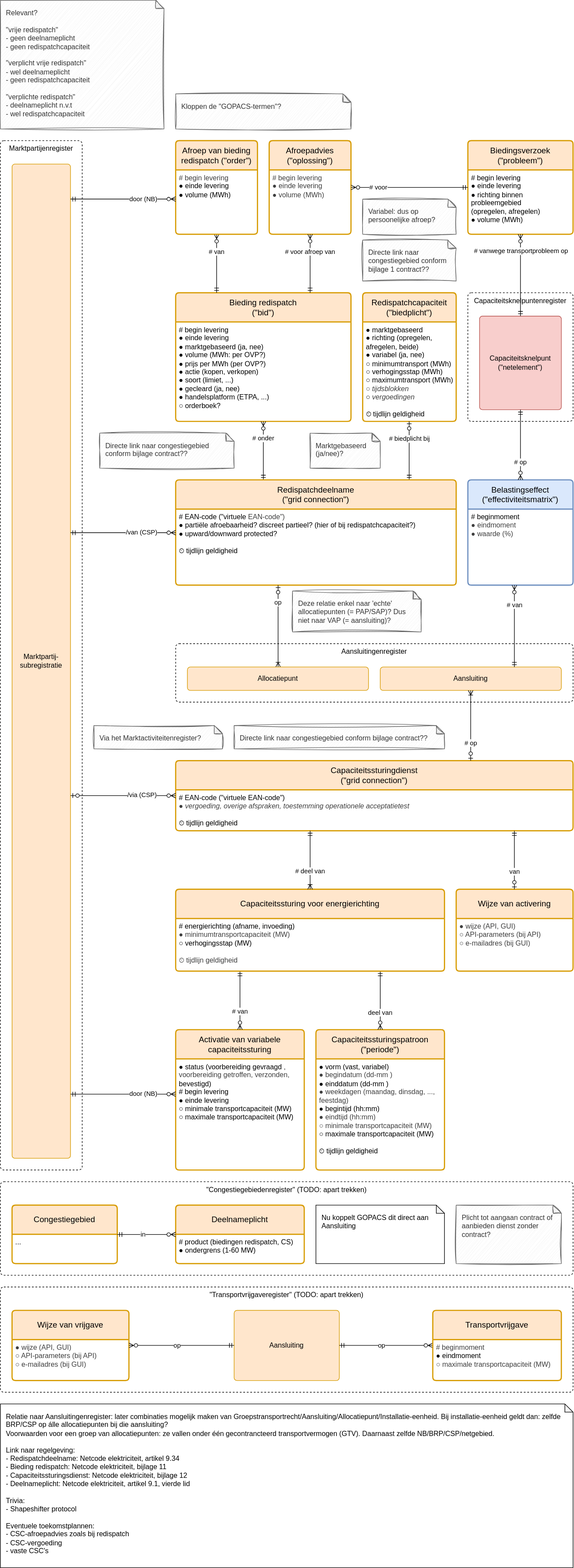
This is registers/congestiebeheersdienstenregister/1.0/congestiebeheersdienstenregister.drawio.svg from Netbeheer-Nederland/stelsel, a draw.io export, as it was before one commit. Source tidied: cells renumbered, new cells last; positions are measured from the earlier drawing's top-left corner, leaving out a move shared by most shapes.
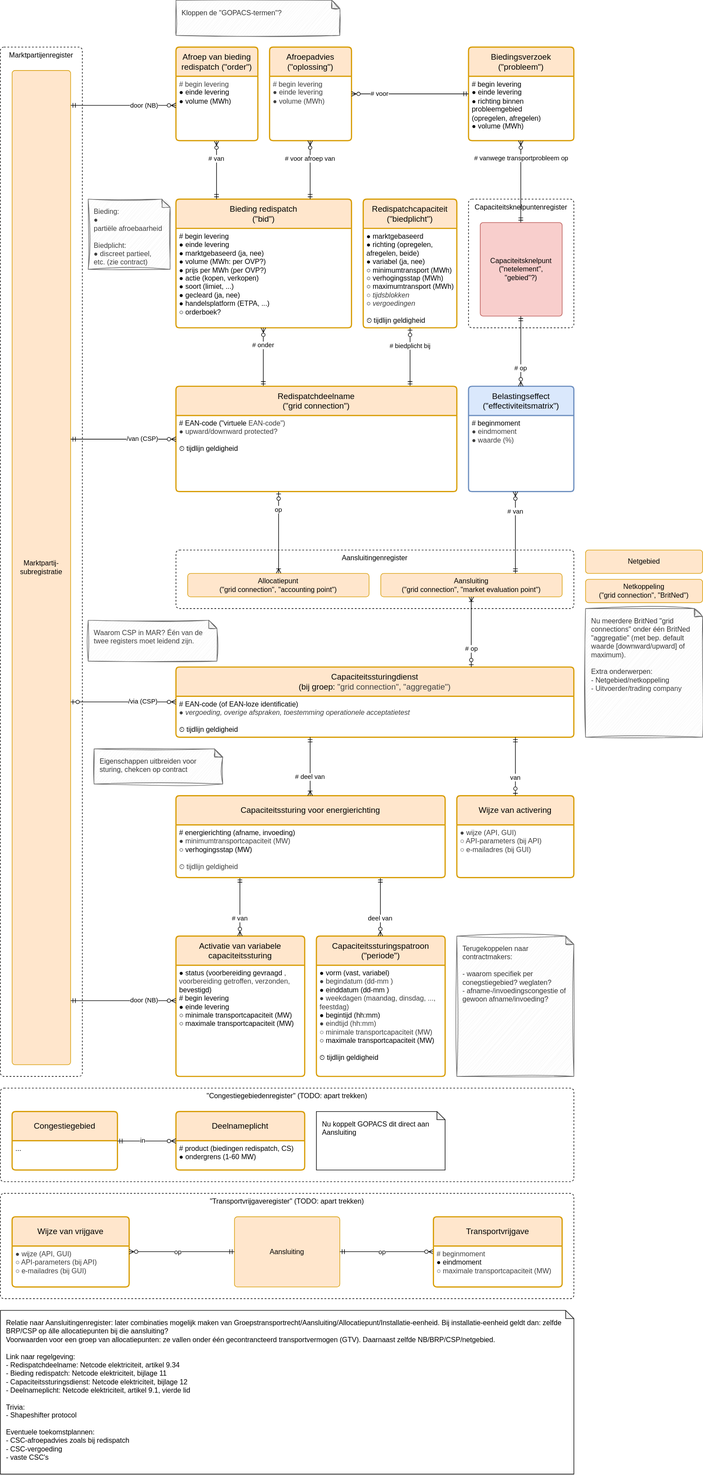
The same diagram one commit later.

Commit message:
Laatste GOPACS-overleg verwerkt

The edit, as a diff of the source:
```diff
@@ -13,9 +13,9 @@
     </mxCell>
-    <mxCell id="5" value="Aansluiting" style="rounded=1;arcSize=10;whiteSpace=wrap;html=1;align=center;hachureGap=4;fontFamily=Helvetica;fillColor=#ffe6cc;strokeColor=#d79b00;absoluteArcSize=1;spacing=10;" parent="1" vertex="1">
+    <mxCell id="5" value="Aansluiting&lt;div&gt;(&quot;grid connection&quot;, &quot;market evaluation point&quot;)&lt;/div&gt;" style="rounded=1;arcSize=10;whiteSpace=wrap;html=1;align=center;hachureGap=4;fontFamily=Helvetica;fillColor=#ffe6cc;strokeColor=#d79b00;absoluteArcSize=1;spacing=10;" parent="1" vertex="1">
       <mxGeometry x="650" y="1140" width="310" height="40" as="geometry" />
     </mxCell>
-    <mxCell id="6" value="Capaciteitssturingdienst&lt;div&gt;(&quot;grid connection&quot;)&lt;/div&gt;" style="swimlane;horizontal=1;startSize=50;rounded=1;fontSize=14;fontStyle=0;strokeWidth=2;shadow=0;dashed=0;align=center;arcSize=4;whiteSpace=wrap;html=1;hachureGap=4;fontFamily=Helvetica;fillColor=#ffe6cc;strokeColor=#d79b00;spacing=10;" parent="1" vertex="1">
+    <mxCell id="6" value="Capaciteitssturingdienst&lt;div&gt;(bij groep:&amp;nbsp;&lt;span style=&quot;color: rgb(63, 63, 63); background-color: transparent;&quot;&gt;&quot;grid connection&quot;,&amp;nbsp;&lt;/span&gt;&lt;span style=&quot;color: rgb(63, 63, 63); background-color: transparent;&quot;&gt;&quot;aggregatie&quot;)&lt;/span&gt;&lt;/div&gt;" style="swimlane;horizontal=1;startSize=50;rounded=1;fontSize=14;fontStyle=0;strokeWidth=2;shadow=0;dashed=0;align=center;arcSize=4;whiteSpace=wrap;html=1;hachureGap=4;fontFamily=Helvetica;fillColor=#ffe6cc;strokeColor=#d79b00;spacing=10;" parent="1" vertex="1">
       <mxGeometry x="300" y="1300" width="680" height="120" as="geometry" />
     </mxCell>
-    <mxCell id="7" value="&lt;div&gt;# EAN-code (&quot;virtuele EAN-code&quot;)&lt;span style=&quot;background-color: initial;&quot;&gt;&lt;br&gt;&lt;/span&gt;&lt;/div&gt;&lt;div&gt;&lt;span style=&quot;color: rgb(63, 63, 63);&quot;&gt;&lt;span style=&quot;color: rgb(63, 63, 63); background-color: transparent;&quot;&gt;●&lt;/span&gt;&amp;nbsp;&lt;i&gt;vergoeding, overige afspraken, toestemming operationele acceptatietest&lt;/i&gt;&lt;/span&gt;&lt;/div&gt;&lt;div&gt;&lt;br&gt;&lt;/div&gt;&lt;div&gt;⏲&amp;nbsp;tijdlijn geldigheid&lt;span style=&quot;background-color: initial;&quot;&gt;&lt;/span&gt;&lt;/div&gt;&lt;div&gt;&lt;/div&gt;" style="align=left;strokeColor=none;fillColor=none;spacingLeft=4;fontSize=12;verticalAlign=top;html=1;hachureGap=4;fontFamily=Helvetica;" parent="6" vertex="1">
+    <mxCell id="7" value="&lt;div&gt;# EAN-code (of EAN-loze identificatie)&lt;span style=&quot;background-color: initial;&quot;&gt;&lt;br&gt;&lt;/span&gt;&lt;/div&gt;&lt;div&gt;&lt;span style=&quot;color: rgb(63, 63, 63);&quot;&gt;&lt;span style=&quot;color: rgb(63, 63, 63); background-color: transparent;&quot;&gt;●&lt;/span&gt;&amp;nbsp;&lt;i&gt;vergoeding, overige afspraken, toestemming operationele acceptatietest&lt;/i&gt;&lt;/span&gt;&lt;/div&gt;&lt;div&gt;&lt;br&gt;&lt;/div&gt;&lt;div&gt;⏲&amp;nbsp;tijdlijn geldigheid&lt;span style=&quot;background-color: initial;&quot;&gt;&lt;/span&gt;&lt;/div&gt;&lt;div&gt;&lt;/div&gt;" style="align=left;strokeColor=none;fillColor=none;spacingLeft=4;fontSize=12;verticalAlign=top;html=1;hachureGap=4;fontFamily=Helvetica;" parent="6" vertex="1">
       <mxGeometry y="50" width="680" height="70" as="geometry" />
@@ -51,3 +51,3 @@
     </mxCell>
-    <mxCell id="17" value="&lt;div&gt;&lt;span style=&quot;background-color: initial;&quot;&gt;# EAN-code (&quot;virtuele&amp;nbsp;&lt;/span&gt;&lt;span style=&quot;background-color: initial; color: rgb(63, 63, 63);&quot;&gt;EAN-code&quot;)&lt;/span&gt;&lt;/div&gt;&lt;div&gt;&lt;span style=&quot;background-color: initial;&quot;&gt;●&lt;/span&gt;&lt;span style=&quot;background-color: initial;&quot;&gt;&amp;nbsp;partiële afroebaarheid? discreet partieel? (hier of bij redispatchcapaciteit?)&lt;/span&gt;&lt;/div&gt;&lt;div&gt;● upward/downward protected?&lt;br&gt;&lt;/div&gt;&lt;div&gt;&lt;br&gt;&lt;/div&gt;&lt;div&gt;⏲&amp;nbsp;tijdlijn geldigheid&lt;/div&gt;&lt;div&gt;&lt;/div&gt;" style="align=left;strokeColor=none;fillColor=none;spacingLeft=4;fontSize=12;verticalAlign=top;html=1;hachureGap=4;fontFamily=Helvetica;" parent="16" vertex="1">
+    <mxCell id="17" value="&lt;div&gt;&lt;span style=&quot;background-color: initial;&quot;&gt;# EAN-code (&quot;virtuele&amp;nbsp;&lt;/span&gt;&lt;span style=&quot;background-color: initial; color: rgb(63, 63, 63);&quot;&gt;EAN-code&quot;)&lt;/span&gt;&lt;/div&gt;&lt;div&gt;&lt;span style=&quot;color: rgb(63, 63, 63); background-color: transparent;&quot;&gt;● upward/downward protected?&lt;/span&gt;&lt;/div&gt;&lt;div&gt;&lt;br&gt;&lt;/div&gt;&lt;div&gt;⏲&amp;nbsp;tijdlijn geldigheid&lt;/div&gt;&lt;div&gt;&lt;/div&gt;" style="align=left;strokeColor=none;fillColor=none;spacingLeft=4;fontSize=12;verticalAlign=top;html=1;hachureGap=4;fontFamily=Helvetica;" parent="16" vertex="1">
       <mxGeometry y="50" width="480" height="130" as="geometry" />
@@ -111,3 +111,3 @@
     </mxCell>
-    <mxCell id="35" value="Capaciteitsknelpunt&lt;div&gt;(&quot;netelement&quot;)&lt;/div&gt;" style="rounded=1;arcSize=10;whiteSpace=wrap;html=1;align=center;hachureGap=4;fontFamily=Helvetica;fillColor=#f8cecc;strokeColor=#b85450;absoluteArcSize=1;spacing=10;" parent="1" vertex="1">
+    <mxCell id="35" value="Capaciteitsknelpunt&lt;div&gt;(&quot;netelement&quot;, &quot;gebied&quot;?)&lt;/div&gt;" style="rounded=1;arcSize=10;whiteSpace=wrap;html=1;align=center;hachureGap=4;fontFamily=Helvetica;fillColor=#f8cecc;strokeColor=#b85450;absoluteArcSize=1;spacing=10;" parent="1" vertex="1">
       <mxGeometry x="820" y="540" width="140" height="160" as="geometry" />
@@ -139,3 +139,3 @@
     </mxCell>
-    <mxCell id="43" value="Allocatiepunt" style="rounded=1;arcSize=10;whiteSpace=wrap;html=1;align=center;hachureGap=4;fontFamily=Helvetica;fillColor=#ffe6cc;strokeColor=#d79b00;absoluteArcSize=1;spacing=10;" parent="1" vertex="1">
+    <mxCell id="43" value="Allocatiepunt&lt;div&gt;(&quot;grid connection&quot;, &quot;accounting point&quot;)&lt;/div&gt;" style="rounded=1;arcSize=10;whiteSpace=wrap;html=1;align=center;hachureGap=4;fontFamily=Helvetica;fillColor=#ffe6cc;strokeColor=#d79b00;absoluteArcSize=1;spacing=10;" parent="1" vertex="1">
       <mxGeometry x="320" y="1140" width="310" height="40" as="geometry" />
@@ -160,5 +160,2 @@
     </mxCell>
-    <mxCell id="50" value="&lt;div&gt;Deze relatie enkel naar 'echte' allocatiepunten (= PAP/SAP)? Dus niet naar VAP (= aansluiting)?&lt;/div&gt;" style="shape=note;whiteSpace=wrap;html=1;backgroundOutline=1;darkOpacity=0.05;size=14;align=left;verticalAlign=top;spacing=10;sketch=1;curveFitting=1;jiggle=2;fillColor=#f5f5f5;fontColor=#333333;strokeColor=#666666;" parent="1" vertex="1">
-      <mxGeometry x="500" y="1010" width="220" height="70" as="geometry" />
-    </mxCell>
     <mxCell id="51" value="op" style="endArrow=ERmandOne;html=1;rounded=0;fontFamily=Helvetica;fontSize=11;startSize=6;endSize=6;sourcePerimeterSpacing=0;targetPerimeterSpacing=0;endFill=0;startArrow=ERzeroToMany;startFill=0;align=right;elbow=vertical;edgeStyle=elbowEdgeStyle;" parent="1" edge="1" source="66" target="46">
@@ -193,18 +190,6 @@
     <mxCell id="60" value="&lt;div&gt;Kloppen de &quot;GOPACS-termen&quot;?&lt;/div&gt;" style="shape=note;whiteSpace=wrap;html=1;backgroundOutline=1;darkOpacity=0.05;size=14;align=left;verticalAlign=top;spacing=10;sketch=1;curveFitting=1;jiggle=2;fillColor=#f5f5f5;fontColor=#333333;strokeColor=#666666;" parent="1" vertex="1">
-      <mxGeometry x="300" y="160" width="300" height="60" as="geometry" />
+      <mxGeometry x="300" y="160" width="280" height="60" as="geometry" />
     </mxCell>
-    <mxCell id="61" value="&lt;div&gt;Relevant?&lt;/div&gt;&lt;div&gt;&lt;br&gt;&lt;/div&gt;&lt;div&gt;&quot;vrije redispatch&quot;&lt;/div&gt;&lt;div&gt;&amp;nbsp; - geen deelnameplicht&lt;/div&gt;&lt;div&gt;&amp;nbsp; - geen redispatchcapaciteit&lt;/div&gt;&lt;div&gt;&lt;br&gt;&lt;/div&gt;&lt;div&gt;&quot;verplicht vrije redispatch&quot;&lt;/div&gt;&lt;div&gt;&amp;nbsp; - wel deelnameplicht&lt;/div&gt;&lt;div&gt;&amp;nbsp; - geen redispatchcapaciteit&lt;/div&gt;&lt;div&gt;&lt;br&gt;&lt;/div&gt;&lt;div&gt;&quot;verplichte redispatch&quot;&lt;/div&gt;&lt;div&gt;&amp;nbsp; - deelnameplicht n.v.t&lt;/div&gt;&lt;div&gt;&amp;nbsp; - wel redispatchcapaciteit&lt;/div&gt;" style="shape=note;whiteSpace=wrap;html=1;backgroundOutline=1;darkOpacity=0.05;size=14;align=left;verticalAlign=top;spacing=10;sketch=1;curveFitting=1;jiggle=2;fillColor=#f5f5f5;fontColor=#333333;strokeColor=#666666;" parent="1" vertex="1">
-      <mxGeometry width="280" height="220" as="geometry" />
-    </mxCell>
-    <mxCell id="62" value="&lt;div&gt;Directe link naar congestiegebied conform bijlage 1 contract??&lt;/div&gt;" style="shape=note;whiteSpace=wrap;html=1;backgroundOutline=1;darkOpacity=0.05;size=14;align=left;verticalAlign=top;spacing=10;sketch=1;curveFitting=1;jiggle=2;fillColor=#f5f5f5;fontColor=#333333;strokeColor=#666666;" parent="1" vertex="1">
-      <mxGeometry x="620" y="410" width="160" height="70" as="geometry" />
-    </mxCell>
-    <mxCell id="63" value="&lt;div&gt;Plicht tot aangaan contract of aanbieden dienst zonder contract?&lt;/div&gt;" style="shape=note;whiteSpace=wrap;html=1;backgroundOutline=1;darkOpacity=0.05;size=14;align=left;verticalAlign=top;spacing=10;sketch=1;curveFitting=1;jiggle=2;fillColor=#f5f5f5;fontColor=#333333;strokeColor=#666666;" parent="1" vertex="1">
-      <mxGeometry x="780" y="2060" width="180" height="100" as="geometry" />
-    </mxCell>
-    <mxCell id="64" value="&lt;div&gt;Variabel: dus op persoonelijke afroep?&lt;/div&gt;" style="shape=note;whiteSpace=wrap;html=1;backgroundOutline=1;darkOpacity=0.05;size=14;align=left;verticalAlign=top;spacing=10;sketch=1;curveFitting=1;jiggle=2;fillColor=#f5f5f5;fontColor=#333333;strokeColor=#666666;" parent="1" vertex="1">
-      <mxGeometry x="620" y="340" width="160" height="60" as="geometry" />
-    </mxCell>
-    <mxCell id="65" value="&lt;div&gt;Directe link naar congestiegebied conform bijlage contract??&lt;/div&gt;" style="shape=note;whiteSpace=wrap;html=1;backgroundOutline=1;darkOpacity=0.05;size=14;align=left;verticalAlign=top;spacing=10;sketch=1;curveFitting=1;jiggle=2;fillColor=#f5f5f5;fontColor=#333333;strokeColor=#666666;" parent="1" vertex="1">
-      <mxGeometry x="400" y="1240" width="360" height="40" as="geometry" />
+    <mxCell id="65" value="&lt;div&gt;Terugekoppelen naar contractmakers:&lt;/div&gt;&lt;div&gt;&lt;br&gt;&lt;/div&gt;&lt;div&gt;- waarom specifiek per conegstiegebied? weglaten?&lt;/div&gt;&lt;div&gt;- afname-/invoedingscongestie of gewoon afname/invoeding?&lt;/div&gt;" style="shape=note;whiteSpace=wrap;html=1;backgroundOutline=1;darkOpacity=0.05;size=14;align=left;verticalAlign=top;spacing=10;sketch=1;curveFitting=1;jiggle=2;fillColor=#f5f5f5;fontColor=#333333;strokeColor=#666666;" parent="1" vertex="1">
+      <mxGeometry x="780" y="1760" width="200" height="240" as="geometry" />
     </mxCell>
@@ -234,11 +219,20 @@
     </mxCell>
-    <mxCell id="74" value="&lt;div&gt;Via het Marktactiviteitenregister?&lt;/div&gt;" style="shape=note;whiteSpace=wrap;html=1;backgroundOutline=1;darkOpacity=0.05;size=14;align=left;verticalAlign=top;spacing=10;sketch=1;curveFitting=1;jiggle=2;fillColor=#f5f5f5;fontColor=#333333;strokeColor=#666666;" parent="1" vertex="1">
-      <mxGeometry x="160" y="1240" width="220" height="40" as="geometry" />
+    <mxCell id="74" value="&lt;div&gt;&lt;span style=&quot;color: rgb(63, 63, 63); background-color: transparent;&quot;&gt;Waarom CSP in MAR? Één van de twee registers moet leidend zijn.&lt;/span&gt;&lt;/div&gt;" style="shape=note;whiteSpace=wrap;html=1;backgroundOutline=1;darkOpacity=0.05;size=14;align=left;verticalAlign=top;spacing=10;sketch=1;curveFitting=1;jiggle=2;fillColor=#f5f5f5;fontColor=#333333;strokeColor=#666666;" parent="1" vertex="1">
+      <mxGeometry x="150" y="1220" width="220" height="70" as="geometry" />
     </mxCell>
-    <mxCell id="75" value="&lt;div&gt;Directe link naar congestiegebied conform bijlage contract??&lt;/div&gt;" style="shape=note;whiteSpace=wrap;html=1;backgroundOutline=1;darkOpacity=0.05;size=14;align=left;verticalAlign=top;spacing=10;sketch=1;curveFitting=1;jiggle=2;fillColor=#f5f5f5;fontColor=#333333;strokeColor=#666666;" parent="1" vertex="1">
-      <mxGeometry x="170" y="740" width="230" height="60" as="geometry" />
-    </mxCell>
-    <mxCell id="76" value="&lt;div&gt;Marktgebaseerd (ja/nee)?&lt;/div&gt;" style="shape=note;whiteSpace=wrap;html=1;backgroundOutline=1;darkOpacity=0.05;size=14;align=left;verticalAlign=top;spacing=10;sketch=1;curveFitting=1;jiggle=2;fillColor=#f5f5f5;fontColor=#333333;strokeColor=#666666;" parent="1" vertex="1">
-      <mxGeometry x="530" y="740" width="120" height="60" as="geometry" />
-    </mxCell>
+    <mxCell id="77" value="&lt;div&gt;Nu meerdere BritNed &quot;grid connections&quot; onder één BritNed &quot;aggregatie&quot; (met bep. default waarde [downward/upward] of maximum).&lt;/div&gt;&lt;div&gt;&lt;br&gt;&lt;/div&gt;&lt;div&gt;Extra onderwerpen:&lt;/div&gt;&lt;div&gt;- Netgebied/netkoppeling&lt;/div&gt;&lt;div&gt;&lt;span style=&quot;color: rgb(63, 63, 63); background-color: transparent;&quot;&gt;- Uitvoerder/trading company&lt;/span&gt;&lt;/div&gt;" style="shape=note;whiteSpace=wrap;html=1;backgroundOutline=1;darkOpacity=0.05;size=14;align=left;verticalAlign=top;spacing=10;sketch=1;curveFitting=1;jiggle=2;fillColor=#f5f5f5;fontColor=#333333;strokeColor=#666666;" parent="1" vertex="1">
+      <mxGeometry x="1000" y="1200" width="200" height="220" as="geometry" />
+    </mxCell>
+    <mxCell id="78" value="Netkoppeling&lt;div&gt;(&quot;grid connection&quot;, &quot;BritNed&quot;)&lt;/div&gt;" style="rounded=1;arcSize=10;whiteSpace=wrap;html=1;align=center;hachureGap=4;fontFamily=Helvetica;fillColor=#ffe6cc;strokeColor=#d79b00;absoluteArcSize=1;spacing=10;" parent="1" vertex="1">
+      <mxGeometry x="1000" y="1150" width="200" height="40" as="geometry" />
+    </mxCell>
+    <mxCell id="79" value="Netgebied" style="rounded=1;arcSize=10;whiteSpace=wrap;html=1;align=center;hachureGap=4;fontFamily=Helvetica;fillColor=#ffe6cc;strokeColor=#d79b00;absoluteArcSize=1;spacing=10;" parent="1" vertex="1">
+      <mxGeometry x="1000" y="1100" width="200" height="40" as="geometry" />
+    </mxCell>
+    <mxCell id="80" value="&lt;div&gt;&lt;span style=&quot;color: rgb(63, 63, 63); scrollbar-color: rgb(226, 226, 226) rgb(251, 251, 251); text-wrap-mode: nowrap; background-color: initial;&quot;&gt;Bieding:&lt;/span&gt;&lt;/div&gt;&lt;span style=&quot;color: rgb(63, 63, 63); scrollbar-color: rgb(226, 226, 226) rgb(251, 251, 251); text-wrap-mode: nowrap; background-color: initial;&quot;&gt;●&lt;/span&gt;&lt;span style=&quot;color: rgb(63, 63, 63); scrollbar-color: rgb(226, 226, 226) rgb(251, 251, 251); text-wrap-mode: nowrap; background-color: initial;&quot;&gt;&amp;nbsp;partiële afroebaarheid&lt;/span&gt;&lt;div&gt;&lt;span style=&quot;color: rgb(63, 63, 63); scrollbar-color: rgb(226, 226, 226) rgb(251, 251, 251); text-wrap-mode: nowrap; background-color: initial;&quot;&gt;&lt;br&gt;&lt;/span&gt;&lt;/div&gt;&lt;div&gt;&lt;span style=&quot;color: rgb(63, 63, 63); scrollbar-color: rgb(226, 226, 226) rgb(251, 251, 251); text-wrap-mode: nowrap; background-color: initial;&quot;&gt;Biedplicht:&lt;/span&gt;&lt;/div&gt;&lt;div&gt;&lt;span style=&quot;color: rgb(63, 63, 63); scrollbar-color: rgb(226, 226, 226) rgb(251, 251, 251); text-wrap-mode: nowrap; background-color: initial;&quot;&gt;&lt;span style=&quot;color: rgb(63, 63, 63); background-color: transparent;&quot;&gt;●&amp;nbsp;&lt;/span&gt;discreet partieel,&lt;/span&gt;&lt;/div&gt;&lt;div&gt;&lt;span style=&quot;color: rgb(63, 63, 63); scrollbar-color: rgb(226, 226, 226) rgb(251, 251, 251); text-wrap-mode: nowrap; background-color: initial;&quot;&gt;&amp;nbsp; &amp;nbsp;etc. (zie contract)&lt;/span&gt;&lt;/div&gt;" style="shape=note;whiteSpace=wrap;html=1;backgroundOutline=1;darkOpacity=0.05;size=14;align=left;verticalAlign=top;spacing=10;sketch=1;curveFitting=1;jiggle=2;fillColor=#f5f5f5;fontColor=#333333;strokeColor=#666666;" parent="1" vertex="1">
+      <mxGeometry x="150" y="500" width="140" height="120" as="geometry" />
+    </mxCell>
+    <mxCell id="81" value="&lt;div&gt;Eigenschappen uitbreiden voor sturing, chekcen op contract&lt;/div&gt;" style="shape=note;whiteSpace=wrap;html=1;backgroundOutline=1;darkOpacity=0.05;size=14;align=left;verticalAlign=top;spacing=10;sketch=1;curveFitting=1;jiggle=2;fillColor=#f5f5f5;fontColor=#333333;strokeColor=#666666;" parent="1" vertex="1">
+      <mxGeometry x="160" y="1440" width="220" height="60" as="geometry" />
+    </mxCell>
   </root>
```
